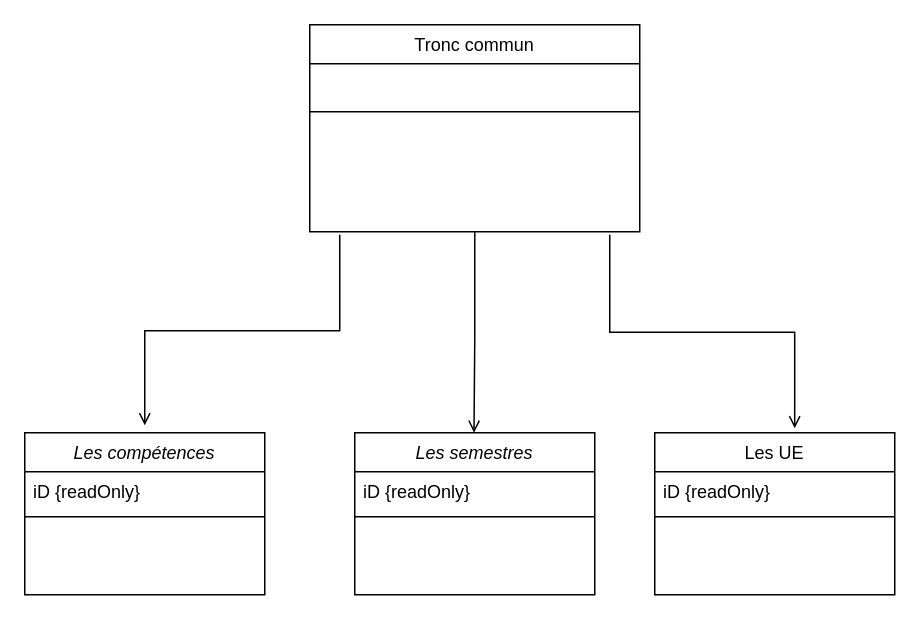
Earlier version of the draw.io diagram Untitled Diagram.drawio (LucasOtw/SAE-1.04-BDD). Source tidied: cells renumbered, new cells numbered last; positions are measured from the earlier drawing's top-left corner, leaving out a move shared by most shapes. Both pictures are drawn from the tidied source at 150%, with x=0, y=0 at pixel (24, 24).
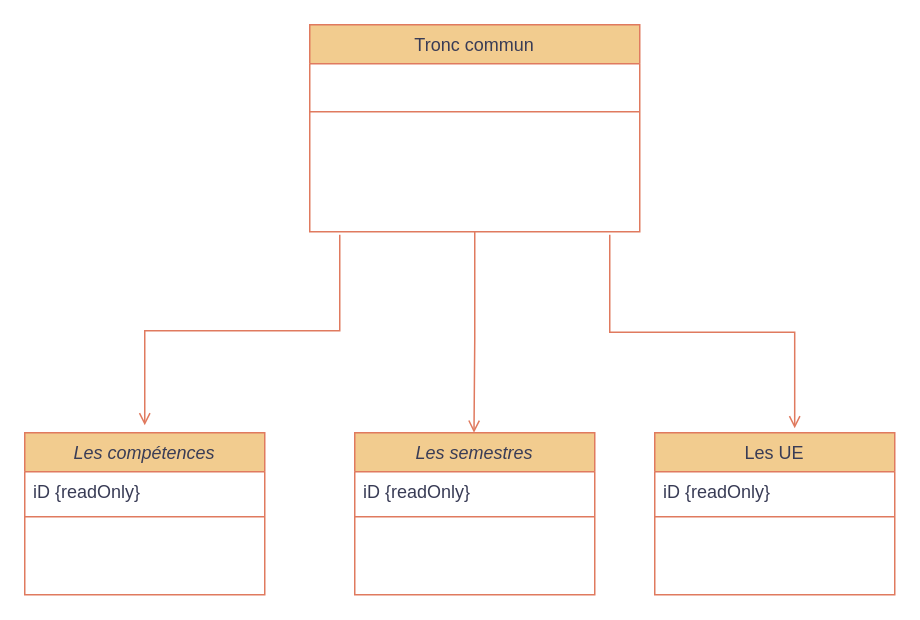
Above is the later version.

Commit message:
Mettre à jour Untitled Diagram.drawio

Change to the diagram source:
```diff
@@
-    <mxCell id="2" value="Les semestres" style="swimlane;fontStyle=2;align=center;verticalAlign=top;horizontal=1;startSize=26;rounded=0;shadow=0;strokeWidth=1;" parent="1" vertex="1">
+    <mxCell id="2" value="Les semestres" style="swimlane;fontStyle=2;align=center;verticalAlign=top;horizontal=1;startSize=26;rounded=0;shadow=0;strokeWidth=1;labelBackgroundColor=none;fillColor=#F2CC8F;strokeColor=#E07A5F;fontColor=#393C56;" parent="1" vertex="1">
       <mxGeometry x="220" y="272" width="160" height="108" as="geometry" />
     </mxCell>
-    <mxCell id="3" value="iD {readOnly}" style="text;align=left;verticalAlign=top;spacingLeft=4;spacingRight=4;overflow=hidden;" parent="2" vertex="1">
+    <mxCell id="3" value="iD {readOnly}" style="text;align=left;verticalAlign=top;spacingLeft=4;spacingRight=4;overflow=hidden;labelBackgroundColor=none;fontColor=#393C56;" parent="2" vertex="1">
       <mxGeometry y="26" width="160" height="26" as="geometry" />
     </mxCell>
-    <mxCell id="4" style="line;html=1;strokeWidth=1;align=left;verticalAlign=middle;spacingTop=-1;spacingLeft=3;spacingRight=3;labelPosition=right;" parent="2" vertex="1">
+    <mxCell id="4" style="line;html=1;strokeWidth=1;align=left;verticalAlign=middle;spacingTop=-1;spacingLeft=3;spacingRight=3;labelPosition=right;labelBackgroundColor=none;fillColor=#F2CC8F;strokeColor=#E07A5F;fontColor=#393C56;" parent="2" vertex="1">
       <mxGeometry y="52" width="160" height="8" as="geometry" />
     </mxCell>
-    <mxCell id="5" value="Tronc commun" style="swimlane;fontStyle=0;align=center;verticalAlign=top;horizontal=1;startSize=26;rounded=0;shadow=0;strokeWidth=1;" parent="1" vertex="1">
+    <mxCell id="5" value="Tronc commun" style="swimlane;fontStyle=0;align=center;verticalAlign=top;horizontal=1;startSize=26;rounded=0;shadow=0;strokeWidth=1;labelBackgroundColor=none;fillColor=#F2CC8F;strokeColor=#E07A5F;fontColor=#393C56;" parent="1" vertex="1">
       <mxGeometry x="190" width="220" height="138" as="geometry" />
     </mxCell>
-    <mxCell id="6" style="line;html=1;strokeWidth=1;align=left;verticalAlign=middle;spacingTop=-1;spacingLeft=3;spacingRight=3;labelPosition=right;" parent="5" vertex="1">
+    <mxCell id="6" style="line;html=1;strokeWidth=1;align=left;verticalAlign=middle;spacingTop=-1;spacingLeft=3;spacingRight=3;labelPosition=right;labelBackgroundColor=none;fillColor=#F2CC8F;strokeColor=#E07A5F;fontColor=#393C56;" parent="5" vertex="1">
       <mxGeometry y="26" width="220" height="64" as="geometry" />
     </mxCell>
-    <mxCell id="7" value="Les UE" style="swimlane;fontStyle=0;align=center;verticalAlign=top;horizontal=1;startSize=26;rounded=0;shadow=0;strokeWidth=1;" parent="1" vertex="1">
+    <mxCell id="7" value="Les UE" style="swimlane;fontStyle=0;align=center;verticalAlign=top;horizontal=1;startSize=26;rounded=0;shadow=0;strokeWidth=1;labelBackgroundColor=none;fillColor=#F2CC8F;strokeColor=#E07A5F;fontColor=#393C56;" parent="1" vertex="1">
       <mxGeometry x="420" y="272" width="160" height="108" as="geometry" />
     </mxCell>
-    <mxCell id="8" value="iD {readOnly}" style="text;align=left;verticalAlign=top;spacingLeft=4;spacingRight=4;overflow=hidden;" parent="7" vertex="1">
+    <mxCell id="8" value="iD {readOnly}" style="text;align=left;verticalAlign=top;spacingLeft=4;spacingRight=4;overflow=hidden;labelBackgroundColor=none;fontColor=#393C56;" parent="7" vertex="1">
       <mxGeometry y="26" width="160" height="26" as="geometry" />
     </mxCell>
-    <mxCell id="9" style="line;html=1;strokeWidth=1;align=left;verticalAlign=middle;spacingTop=-1;spacingLeft=3;spacingRight=3;labelPosition=right;" parent="7" vertex="1">
+    <mxCell id="9" style="line;html=1;strokeWidth=1;align=left;verticalAlign=middle;spacingTop=-1;spacingLeft=3;spacingRight=3;labelPosition=right;labelBackgroundColor=none;fillColor=#F2CC8F;strokeColor=#E07A5F;fontColor=#393C56;" parent="7" vertex="1">
       <mxGeometry y="52" width="160" height="8" as="geometry" />
     </mxCell>
-    <mxCell id="10" style="endArrow=open;shadow=0;strokeWidth=1;rounded=0;endFill=1;edgeStyle=elbowEdgeStyle;elbow=vertical;" parent="1" edge="1">
+    <mxCell id="10" style="endArrow=open;shadow=0;strokeWidth=1;rounded=0;endFill=1;edgeStyle=elbowEdgeStyle;elbow=vertical;labelBackgroundColor=none;strokeColor=#E07A5F;fontColor=default;" parent="1" edge="1">
       <mxGeometry x="0.5" y="41" relative="1" as="geometry">
         <mxPoint x="300" y="138" as="sourcePoint" />
         <mxPoint x="299.5" y="272" as="targetPoint" />
         <Array as="points">
           <mxPoint x="350" y="210" />
         </Array>
         <mxPoint x="-40" y="32" as="offset" />
       </mxGeometry>
     </mxCell>
-    <mxCell id="11" style="endArrow=open;shadow=0;strokeWidth=1;rounded=0;endFill=1;edgeStyle=elbowEdgeStyle;elbow=vertical;" parent="1" edge="1">
+    <mxCell id="11" style="endArrow=open;shadow=0;strokeWidth=1;rounded=0;endFill=1;edgeStyle=elbowEdgeStyle;elbow=vertical;labelBackgroundColor=none;strokeColor=#E07A5F;fontColor=default;" parent="1" edge="1">
       <mxGeometry x="0.5" y="41" relative="1" as="geometry">
         <mxPoint x="390" y="140" as="sourcePoint" />
         <mxPoint x="513.3" y="269" as="targetPoint" />
         <mxPoint x="-40" y="32" as="offset" />
       </mxGeometry>
     </mxCell>
-    <mxCell id="12" value="Les compétences" style="swimlane;fontStyle=2;align=center;verticalAlign=top;horizontal=1;startSize=26;rounded=0;shadow=0;strokeWidth=1;" parent="1" vertex="1">
+    <mxCell id="12" value="Les compétences" style="swimlane;fontStyle=2;align=center;verticalAlign=top;horizontal=1;startSize=26;rounded=0;shadow=0;strokeWidth=1;labelBackgroundColor=none;fillColor=#F2CC8F;strokeColor=#E07A5F;fontColor=#393C56;" parent="1" vertex="1">
       <mxGeometry y="272" width="160" height="108" as="geometry" />
     </mxCell>
-    <mxCell id="13" value="iD {readOnly}" style="text;align=left;verticalAlign=top;spacingLeft=4;spacingRight=4;overflow=hidden;" parent="12" vertex="1">
+    <mxCell id="13" value="iD {readOnly}" style="text;align=left;verticalAlign=top;spacingLeft=4;spacingRight=4;overflow=hidden;labelBackgroundColor=none;fontColor=#393C56;" parent="12" vertex="1">
       <mxGeometry y="26" width="160" height="26" as="geometry" />
     </mxCell>
-    <mxCell id="14" style="line;html=1;strokeWidth=1;align=left;verticalAlign=middle;spacingTop=-1;spacingLeft=3;spacingRight=3;labelPosition=right;" parent="12" vertex="1">
+    <mxCell id="14" style="line;html=1;strokeWidth=1;align=left;verticalAlign=middle;spacingTop=-1;spacingLeft=3;spacingRight=3;labelPosition=right;labelBackgroundColor=none;fillColor=#F2CC8F;strokeColor=#E07A5F;fontColor=#393C56;" parent="12" vertex="1">
       <mxGeometry y="52" width="160" height="8" as="geometry" />
     </mxCell>
-    <mxCell id="15" style="endArrow=open;shadow=0;strokeWidth=1;rounded=0;endFill=1;edgeStyle=elbowEdgeStyle;elbow=vertical;" parent="1" edge="1">
+    <mxCell id="15" style="endArrow=open;shadow=0;strokeWidth=1;rounded=0;endFill=1;edgeStyle=elbowEdgeStyle;elbow=vertical;labelBackgroundColor=none;strokeColor=#E07A5F;fontColor=default;" parent="1" edge="1">
       <mxGeometry x="0.5" y="41" relative="1" as="geometry">
         <mxPoint x="210" y="140" as="sourcePoint" />
         <mxPoint x="80" y="267" as="targetPoint" />
         <mxPoint x="-40" y="32" as="offset" />
       </mxGeometry>
     </mxCell>
```
